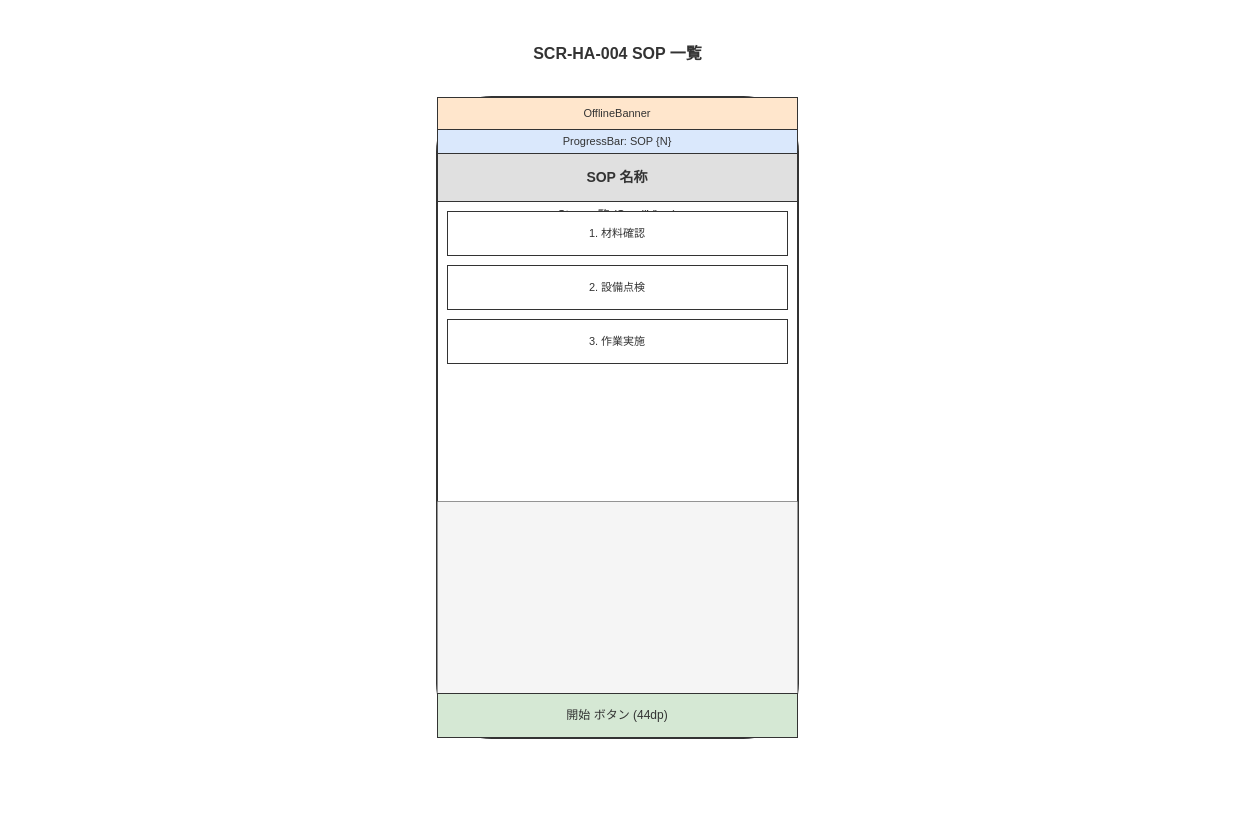
RyuheiKiso/work-navigation-app keeps this draw.io diagram as docs/04_概要設計/03_画面設計/img/fig_des_screen_ha_004.drawio. Above is the earlier version. Source tidied: cells renumbered, new cells numbered last; positions are measured from the earlier drawing's top-left corner, leaving out a move shared by most shapes. Both pictures are drawn from the tidied source at 100%, with x=0, y=0 at pixel (17, 17).
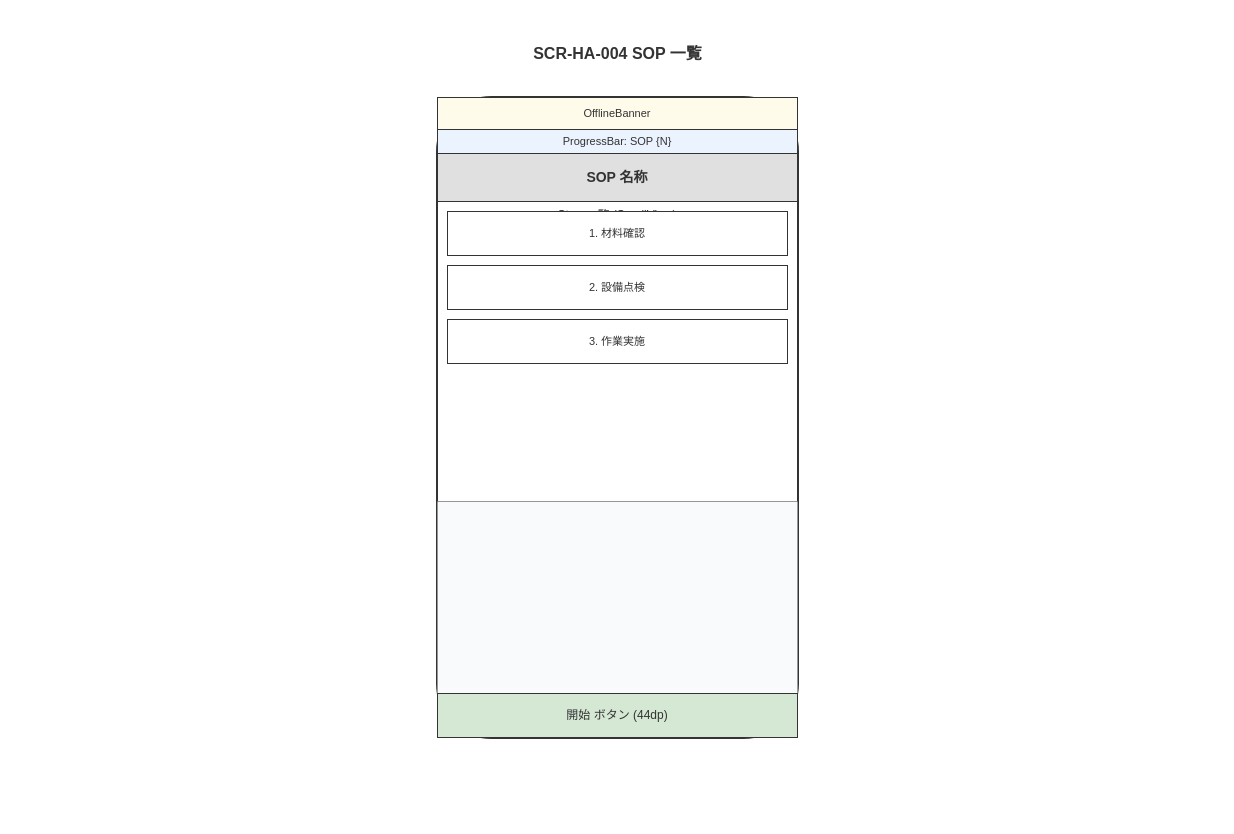
The same page after the edit.

Change to the diagram source:
```diff
@@
 <mxGraphModel background="#FFFFFF">
   <root>
     <mxCell id="0" />
     <mxCell id="1" parent="0" />
     <mxCell id="2" style="rounded=0;whiteSpace=wrap;html=1;fillColor=#FFFFFF;strokeColor=none;" parent="1" vertex="1">
       <mxGeometry width="1200" height="800" as="geometry" />
     </mxCell>
     <mxCell id="3" value="SCR-HA-004 SOP 一覧" style="text;html=1;fontFamily=Helvetica;fontSize=16;fontStyle=1;align=center;verticalAlign=middle;fillColor=none;strokeColor=none;fontColor=#333333;" parent="1" vertex="1">
       <mxGeometry x="420" y="20" width="360" height="32" as="geometry" />
     </mxCell>
-    <mxCell id="4" style="rounded=1;whiteSpace=wrap;html=1;fillColor=#f5f5f5;strokeColor=#333333;strokeWidth=3;" parent="1" vertex="1">
+    <mxCell id="4" style="rounded=1;whiteSpace=wrap;html=1;fillColor=#F8FAFC;strokeColor=#333333;strokeWidth=3;" parent="1" vertex="1">
       <mxGeometry x="420" y="80" width="360" height="640" as="geometry" />
     </mxCell>
-    <mxCell id="5" value="OfflineBanner" style="rounded=0;whiteSpace=wrap;html=1;fillColor=#ffe6cc;strokeColor=#333333;fontSize=11;fontColor=#333333;" parent="1" vertex="1">
+    <mxCell id="5" value="OfflineBanner" style="rounded=0;whiteSpace=wrap;html=1;fillColor=#FFFBEB;strokeColor=#333333;fontSize=11;fontColor=#333333;" parent="1" vertex="1">
       <mxGeometry x="420" y="80" width="360" height="32" as="geometry" />
     </mxCell>
-    <mxCell id="6" value="ProgressBar: SOP {N}" style="rounded=0;whiteSpace=wrap;html=1;fillColor=#dae8fc;strokeColor=#333333;fontSize=11;fontColor=#333333;" parent="1" vertex="1">
+    <mxCell id="6" value="ProgressBar: SOP {N}" style="rounded=0;whiteSpace=wrap;html=1;fillColor=#EBF3FE;strokeColor=#333333;fontSize=11;fontColor=#333333;" parent="1" vertex="1">
       <mxGeometry x="420" y="112" width="360" height="24" as="geometry" />
     </mxCell>
     <mxCell id="7" value="SOP 名称" style="rounded=0;whiteSpace=wrap;html=1;fillColor=#e0e0e0;strokeColor=#333333;fontSize=14;fontStyle=1;fontColor=#333333;" parent="1" vertex="1">
       <mxGeometry x="420" y="136" width="360" height="48" as="geometry" />
     </mxCell>
     <mxCell id="8" value="Step 一覧 (ScrollView)" style="rounded=0;whiteSpace=wrap;html=1;fillColor=#FFFFFF;strokeColor=#333333;fontSize=12;fontColor=#333333;verticalAlign=top;" parent="1" vertex="1">
       <mxGeometry x="420" y="184" width="360" height="300" as="geometry" />
     </mxCell>
     <mxCell id="9" value="1. 材料確認" style="rounded=0;whiteSpace=wrap;html=1;fillColor=#FFFFFF;strokeColor=#333333;fontSize=11;fontColor=#333333;" parent="1" vertex="1">
       <mxGeometry x="430" y="194" width="340" height="44" as="geometry" />
     </mxCell>
     <mxCell id="10" value="2. 設備点検" style="rounded=0;whiteSpace=wrap;html=1;fillColor=#FFFFFF;strokeColor=#333333;fontSize=11;fontColor=#333333;" parent="1" vertex="1">
       <mxGeometry x="430" y="248" width="340" height="44" as="geometry" />
     </mxCell>
     <mxCell id="11" value="3. 作業実施" style="rounded=0;whiteSpace=wrap;html=1;fillColor=#FFFFFF;strokeColor=#333333;fontSize=11;fontColor=#333333;" parent="1" vertex="1">
       <mxGeometry x="430" y="302" width="340" height="44" as="geometry" />
     </mxCell>
-    <mxCell id="12" style="rounded=0;whiteSpace=wrap;html=1;fillColor=#f5f5f5;strokeColor=none;" parent="1" vertex="1">
+    <mxCell id="12" style="rounded=0;whiteSpace=wrap;html=1;fillColor=#F8FAFC;strokeColor=none;" parent="1" vertex="1">
       <mxGeometry x="420" y="484" width="360" height="192" as="geometry" />
     </mxCell>
     <mxCell id="13" value="開始 ボタン (44dp)" style="rounded=0;whiteSpace=wrap;html=1;fillColor=#d5e8d4;strokeColor=#333333;fontSize=12;fontColor=#333333;" parent="1" vertex="1">
       <mxGeometry x="420" y="676" width="360" height="44" as="geometry" />
     </mxCell>
   </root>
 </mxGraphModel>
```
